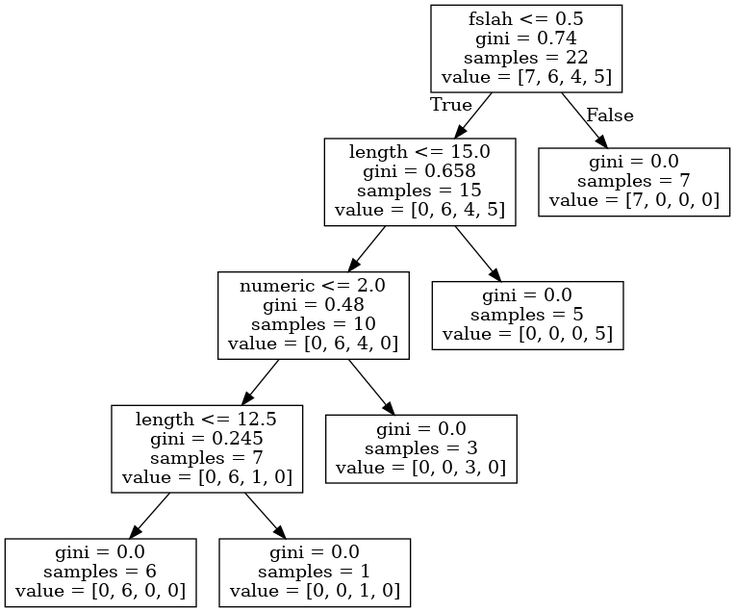
This is Classification/grammar.png from davideker/machine-learning, a Graphviz export, as it was before one commit. Its source is kept beside it as Classification/grammar.dot.
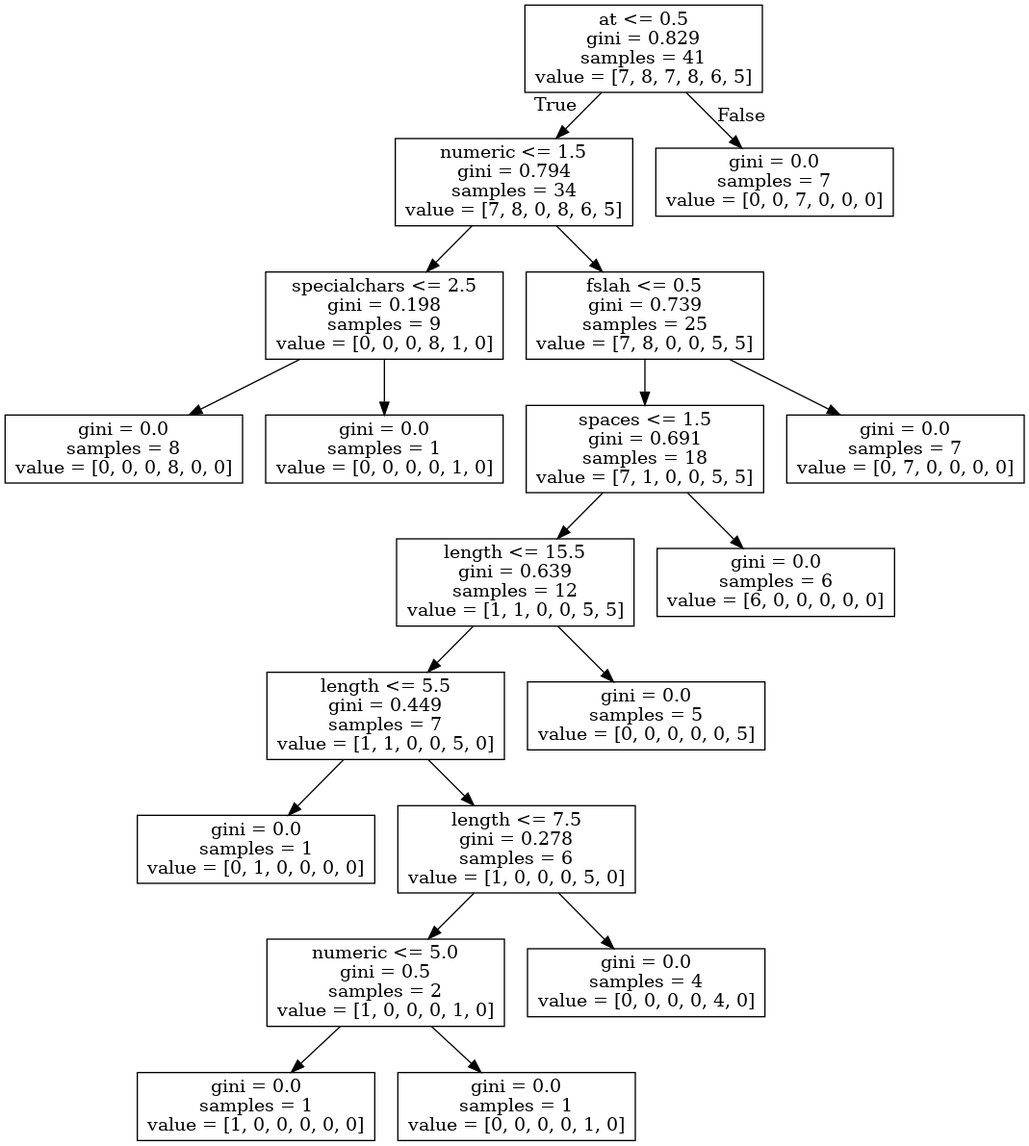
After the commit.

Diff of the diagram source:
```diff
@@ -1,20 +1,40 @@
 digraph Tree {
 node [shape=box] ;
-0 [label="fslah <= 0.5\ngini = 0.74\nsamples = 22\nvalue = [7, 6, 4, 5]"] ;
-1 [label="length <= 15.0\ngini = 0.658\nsamples = 15\nvalue = [0, 6, 4, 5]"] ;
+0 [label="at <= 0.5\ngini = 0.829\nsamples = 41\nvalue = [7, 8, 7, 8, 6, 5]"] ;
+1 [label="numeric <= 1.5\ngini = 0.794\nsamples = 34\nvalue = [7, 8, 0, 8, 6, 5]"] ;
 0 -> 1 [labeldistance=2.5, labelangle=45, headlabel="True"] ;
-2 [label="numeric <= 2.0\ngini = 0.48\nsamples = 10\nvalue = [0, 6, 4, 0]"] ;
+2 [label="specialchars <= 2.5\ngini = 0.198\nsamples = 9\nvalue = [0, 0, 0, 8, 1, 0]"] ;
 1 -> 2 ;
-3 [label="length <= 12.5\ngini = 0.245\nsamples = 7\nvalue = [0, 6, 1, 0]"] ;
+3 [label="gini = 0.0\nsamples = 8\nvalue = [0, 0, 0, 8, 0, 0]"] ;
 2 -> 3 ;
-4 [label="gini = 0.0\nsamples = 6\nvalue = [0, 6, 0, 0]"] ;
-3 -> 4 ;
-5 [label="gini = 0.0\nsamples = 1\nvalue = [0, 0, 1, 0]"] ;
-3 -> 5 ;
-6 [label="gini = 0.0\nsamples = 3\nvalue = [0, 0, 3, 0]"] ;
-2 -> 6 ;
-7 [label="gini = 0.0\nsamples = 5\nvalue = [0, 0, 0, 5]"] ;
-1 -> 7 ;
-8 [label="gini = 0.0\nsamples = 7\nvalue = [7, 0, 0, 0]"] ;
-0 -> 8 [labeldistance=2.5, labelangle=-45, headlabel="False"] ;
+4 [label="gini = 0.0\nsamples = 1\nvalue = [0, 0, 0, 0, 1, 0]"] ;
+2 -> 4 ;
+5 [label="fslah <= 0.5\ngini = 0.739\nsamples = 25\nvalue = [7, 8, 0, 0, 5, 5]"] ;
+1 -> 5 ;
+6 [label="spaces <= 1.5\ngini = 0.691\nsamples = 18\nvalue = [7, 1, 0, 0, 5, 5]"] ;
+5 -> 6 ;
+7 [label="length <= 15.5\ngini = 0.639\nsamples = 12\nvalue = [1, 1, 0, 0, 5, 5]"] ;
+6 -> 7 ;
+8 [label="length <= 5.5\ngini = 0.449\nsamples = 7\nvalue = [1, 1, 0, 0, 5, 0]"] ;
+7 -> 8 ;
+9 [label="gini = 0.0\nsamples = 1\nvalue = [0, 1, 0, 0, 0, 0]"] ;
+8 -> 9 ;
+10 [label="length <= 7.5\ngini = 0.278\nsamples = 6\nvalue = [1, 0, 0, 0, 5, 0]"] ;
+8 -> 10 ;
+11 [label="numeric <= 5.0\ngini = 0.5\nsamples = 2\nvalue = [1, 0, 0, 0, 1, 0]"] ;
+10 -> 11 ;
+12 [label="gini = 0.0\nsamples = 1\nvalue = [1, 0, 0, 0, 0, 0]"] ;
+11 -> 12 ;
+13 [label="gini = 0.0\nsamples = 1\nvalue = [0, 0, 0, 0, 1, 0]"] ;
+11 -> 13 ;
+14 [label="gini = 0.0\nsamples = 4\nvalue = [0, 0, 0, 0, 4, 0]"] ;
+10 -> 14 ;
+15 [label="gini = 0.0\nsamples = 5\nvalue = [0, 0, 0, 0, 0, 5]"] ;
+7 -> 15 ;
+16 [label="gini = 0.0\nsamples = 6\nvalue = [6, 0, 0, 0, 0, 0]"] ;
+6 -> 16 ;
+17 [label="gini = 0.0\nsamples = 7\nvalue = [0, 7, 0, 0, 0, 0]"] ;
+5 -> 17 ;
+18 [label="gini = 0.0\nsamples = 7\nvalue = [0, 0, 7, 0, 0, 0]"] ;
+0 -> 18 [labeldistance=2.5, labelangle=-45, headlabel="False"] ;
 }
```
